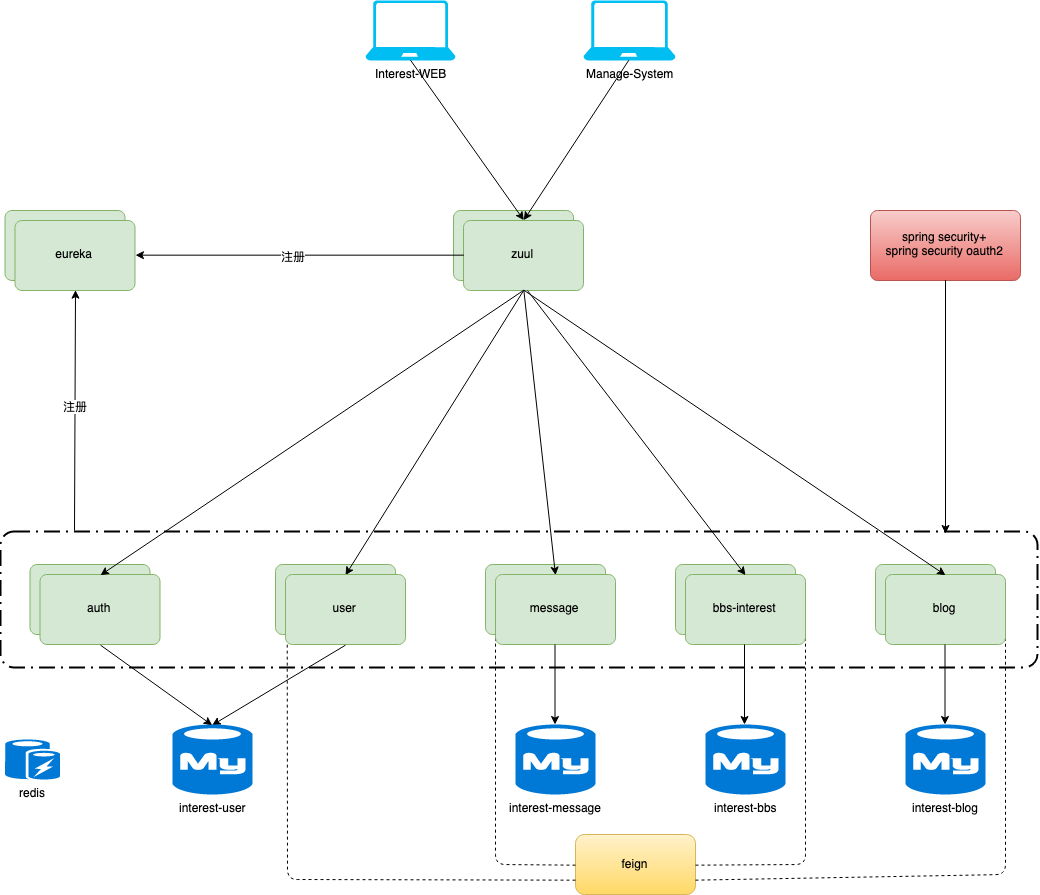
Earlier version of the draw.io export Untitled Diagram.png (smallsnail-wh/images). Source tidied: cells renumbered, new cells last; positions are measured from the earlier drawing's top-left corner, leaving out a move shared by most shapes. The source it was exported from:
```xml
<mxGraphModel>
  <root>
    <mxCell id="0" />
    <mxCell id="1" parent="0" />
    <mxCell id="2" value="user-and-auth" style="rounded=1;arcSize=10;strokeColor=#82b366;fillColor=#d5e8d4;" parent="1" vertex="1">
      <mxGeometry x="275" y="564" width="120" height="70" as="geometry" />
    </mxCell>
    <mxCell id="3" value="message" style="rounded=1;arcSize=10;strokeColor=#82b366;fillColor=#d5e8d4;" parent="1" vertex="1">
      <mxGeometry x="485" y="564" width="120" height="70" as="geometry" />
    </mxCell>
    <mxCell id="4" value="BBS-interest" style="rounded=1;arcSize=10;strokeColor=#82b366;fillColor=#d5e8d4;" parent="1" vertex="1">
      <mxGeometry x="675" y="564" width="120" height="70" as="geometry" />
    </mxCell>
    <mxCell id="5" value="blog" style="rounded=1;arcSize=10;strokeColor=#82b366;fillColor=#d5e8d4;" parent="1" vertex="1">
      <mxGeometry x="875" y="564" width="120" height="70" as="geometry" />
    </mxCell>
    <mxCell id="6" value="eureka" style="rounded=1;arcSize=10;strokeColor=#82b366;fillColor=#d5e8d4;" parent="1" vertex="1">
      <mxGeometry x="4.5" y="210" width="120" height="70" as="geometry" />
    </mxCell>
    <mxCell id="7" value="zuul" style="rounded=1;arcSize=10;strokeColor=#82b366;fillColor=#d5e8d4;" parent="1" vertex="1">
      <mxGeometry x="453" y="210" width="120" height="70" as="geometry" />
    </mxCell>
    <mxCell id="8" value="eureka" style="rounded=1;arcSize=10;strokeColor=#82b366;fillColor=#d5e8d4;" parent="1" vertex="1">
      <mxGeometry x="14.5" y="220" width="120" height="70" as="geometry" />
    </mxCell>
    <mxCell id="9" value="zuul" style="rounded=1;arcSize=10;strokeColor=#82b366;fillColor=#d5e8d4;" parent="1" vertex="1">
      <mxGeometry x="463" y="220" width="120" height="70" as="geometry" />
    </mxCell>
    <mxCell id="10" value="redis" style="shadow=0;dashed=0;html=1;strokeColor=none;fillColor=#0079D6;labelPosition=center;verticalLabelPosition=bottom;verticalAlign=top;align=center;shape=mxgraph.azure.azure_cache;" parent="1" vertex="1">
      <mxGeometry x="4.5" y="739" width="55" height="40" as="geometry" />
    </mxCell>
    <mxCell id="11" value="interest-message" style="shadow=0;dashed=0;html=1;strokeColor=none;fillColor=#0079D6;labelPosition=center;verticalLabelPosition=bottom;verticalAlign=top;align=center;shape=mxgraph.azure.mysql_database;" parent="1" vertex="1">
      <mxGeometry x="515" y="724" width="80" height="70" as="geometry" />
    </mxCell>
    <mxCell id="12" value="interest-bbs" style="shadow=0;dashed=0;html=1;strokeColor=none;fillColor=#0079D6;labelPosition=center;verticalLabelPosition=bottom;verticalAlign=top;align=center;shape=mxgraph.azure.mysql_database;" parent="1" vertex="1">
      <mxGeometry x="705" y="724" width="80" height="70" as="geometry" />
    </mxCell>
    <mxCell id="13" value="interest-blog" style="shadow=0;dashed=0;html=1;strokeColor=none;fillColor=#0079D6;labelPosition=center;verticalLabelPosition=bottom;verticalAlign=top;align=center;shape=mxgraph.azure.mysql_database;" parent="1" vertex="1">
      <mxGeometry x="905" y="724" width="80" height="70" as="geometry" />
    </mxCell>
    <mxCell id="14" value="feign" style="rounded=1;whiteSpace=wrap;html=1;gradientColor=#ffd966;fillColor=#fff2cc;strokeColor=#d6b656;" parent="1" vertex="1">
      <mxGeometry x="575" y="834" width="120" height="60" as="geometry" />
    </mxCell>
    <mxCell id="15" style="endArrow=none;dashed=1;html=1;entryX=0.017;entryY=0.386;entryDx=0;entryDy=0;exitX=0;exitY=0.75;exitDx=0;exitDy=0;entryPerimeter=0;" parent="1" edge="1" source="14" target="29">
      <mxGeometry relative="1" as="geometry">
        <Array as="points">
          <mxPoint x="287" y="879" />
        </Array>
      </mxGeometry>
    </mxCell>
    <mxCell id="16" style="endArrow=none;dashed=1;html=1;entryX=0;entryY=0.5;entryDx=0;entryDy=0;exitX=0;exitY=0.5;exitDx=0;exitDy=0;" parent="1" edge="1" source="14" target="30">
      <mxGeometry relative="1" as="geometry">
        <Array as="points">
          <mxPoint x="495" y="864" />
        </Array>
      </mxGeometry>
    </mxCell>
    <mxCell id="17" style="endArrow=none;dashed=1;html=1;entryX=1;entryY=0.5;entryDx=0;entryDy=0;exitX=1;exitY=0.5;exitDx=0;exitDy=0;" parent="1" edge="1" source="14" target="31">
      <mxGeometry relative="1" as="geometry">
        <Array as="points">
          <mxPoint x="805" y="864" />
        </Array>
      </mxGeometry>
    </mxCell>
    <mxCell id="18" style="endArrow=none;dashed=1;html=1;entryX=1;entryY=0.5;entryDx=0;entryDy=0;exitX=1;exitY=0.75;exitDx=0;exitDy=0;" parent="1" edge="1" source="14" target="32">
      <mxGeometry relative="1" as="geometry">
        <Array as="points">
          <mxPoint x="1005" y="874" />
        </Array>
      </mxGeometry>
    </mxCell>
    <mxCell id="19" value="Interest-WEB" style="verticalLabelPosition=bottom;html=1;verticalAlign=top;align=center;strokeColor=none;fillColor=#00BEF2;shape=mxgraph.azure.laptop;" parent="1" vertex="1">
      <mxGeometry x="365" width="90" height="60" as="geometry" />
    </mxCell>
    <mxCell id="20" value="Manage-System" style="verticalLabelPosition=bottom;html=1;verticalAlign=top;align=center;strokeColor=none;fillColor=#00BEF2;shape=mxgraph.azure.laptop;" parent="1" vertex="1">
      <mxGeometry x="583" width="92" height="60" as="geometry" />
    </mxCell>
    <mxCell id="21" style="endArrow=classic;html=1;exitX=0.5;exitY=1;exitDx=0;exitDy=0;exitPerimeter=0;entryX=0.5;entryY=0;entryDx=0;entryDy=0;" parent="1" edge="1" source="19" target="9">
      <mxGeometry relative="1" as="geometry" />
    </mxCell>
    <mxCell id="22" style="endArrow=classic;html=1;entryX=0.5;entryY=0;entryDx=0;entryDy=0;exitX=0.5;exitY=1;exitDx=0;exitDy=0;exitPerimeter=0;" parent="1" edge="1" source="20" target="9">
      <mxGeometry relative="1" as="geometry" />
    </mxCell>
    <mxCell id="23" style="endArrow=classic;html=1;entryX=0.5;entryY=1;entryDx=0;entryDy=0;" parent="1" edge="1" target="8">
      <mxGeometry relative="1" as="geometry">
        <mxPoint x="74" y="530" as="sourcePoint" />
      </mxGeometry>
    </mxCell>
    <mxCell id="24" value="注册" style="text;html=1;align=center;verticalAlign=middle;labelBackgroundColor=#ffffff;" parent="23" vertex="1">
      <mxGeometry x="0.04" relative="1" as="geometry" />
    </mxCell>
    <mxCell id="25" style="endArrow=classic;html=1;entryX=1;entryY=0.5;entryDx=0;entryDy=0;exitX=0;exitY=0.5;exitDx=0;exitDy=0;" parent="1" edge="1" source="9" target="8">
      <mxGeometry relative="1" as="geometry" />
    </mxCell>
    <mxCell id="26" value="注册" style="text;html=1;align=center;verticalAlign=middle;labelBackgroundColor=#ffffff;" parent="25" vertex="1">
      <mxGeometry x="0.04" relative="1" as="geometry" />
    </mxCell>
    <mxCell id="27" style="endArrow=classic;html=1;entryX=0.5;entryY=0;entryDx=0;entryDy=0;exitX=0.5;exitY=1;exitDx=0;exitDy=0;" parent="1" edge="1" source="9" target="29">
      <mxGeometry relative="1" as="geometry" />
    </mxCell>
    <mxCell id="28" style="endArrow=classic;html=1;entryX=0.5;entryY=0;entryDx=0;entryDy=0;exitX=0.5;exitY=1;exitDx=0;exitDy=0;" parent="1" edge="1" source="9" target="30">
      <mxGeometry relative="1" as="geometry" />
    </mxCell>
    <mxCell id="29" value="user" style="rounded=1;arcSize=10;strokeColor=#82b366;fillColor=#d5e8d4;" parent="1" vertex="1">
      <mxGeometry x="285" y="574" width="120" height="70" as="geometry" />
    </mxCell>
    <mxCell id="30" value="message" style="rounded=1;arcSize=10;strokeColor=#82b366;fillColor=#d5e8d4;" parent="1" vertex="1">
      <mxGeometry x="495" y="574" width="120" height="70" as="geometry" />
    </mxCell>
    <mxCell id="31" value="bbs-interest" style="rounded=1;arcSize=10;strokeColor=#82b366;fillColor=#d5e8d4;" parent="1" vertex="1">
      <mxGeometry x="685" y="574" width="120" height="70" as="geometry" />
    </mxCell>
    <mxCell id="32" value="blog" style="rounded=1;arcSize=10;strokeColor=#82b366;fillColor=#d5e8d4;" parent="1" vertex="1">
      <mxGeometry x="885" y="574" width="120" height="70" as="geometry" />
    </mxCell>
    <mxCell id="33" style="endArrow=classic;html=1;exitX=0.5;exitY=1;exitDx=0;exitDy=0;entryX=0.5;entryY=0;entryDx=0;entryDy=0;entryPerimeter=0;" parent="1" edge="1" source="29" target="38">
      <mxGeometry relative="1" as="geometry" />
    </mxCell>
    <mxCell id="34" style="endArrow=classic;html=1;exitX=0.5;exitY=1;exitDx=0;exitDy=0;entryX=0.5;entryY=0;entryDx=0;entryDy=0;entryPerimeter=0;" parent="1" edge="1">
      <mxGeometry relative="1" as="geometry">
        <mxPoint x="554.5" y="644" as="sourcePoint" />
        <mxPoint x="554.5" y="724" as="targetPoint" />
      </mxGeometry>
    </mxCell>
    <mxCell id="35" style="endArrow=classic;html=1;exitX=0.5;exitY=1;exitDx=0;exitDy=0;entryX=0.5;entryY=0;entryDx=0;entryDy=0;entryPerimeter=0;" parent="1" edge="1">
      <mxGeometry relative="1" as="geometry">
        <mxPoint x="744" y="644" as="sourcePoint" />
        <mxPoint x="744" y="724" as="targetPoint" />
      </mxGeometry>
    </mxCell>
    <mxCell id="36" style="endArrow=classic;html=1;exitX=0.5;exitY=1;exitDx=0;exitDy=0;entryX=0.5;entryY=0;entryDx=0;entryDy=0;entryPerimeter=0;" parent="1" edge="1">
      <mxGeometry relative="1" as="geometry">
        <mxPoint x="944.5" y="644" as="sourcePoint" />
        <mxPoint x="944.5" y="724" as="targetPoint" />
      </mxGeometry>
    </mxCell>
    <mxCell id="37" value="blog" style="rounded=1;arcSize=10;strokeColor=#82b366;fillColor=#d5e8d4;" parent="1" vertex="1">
      <mxGeometry x="29.5" y="564" width="120" height="70" as="geometry" />
    </mxCell>
    <mxCell id="38" value="interest-user" style="shadow=0;dashed=0;html=1;strokeColor=none;fillColor=#0079D6;labelPosition=center;verticalLabelPosition=bottom;verticalAlign=top;align=center;shape=mxgraph.azure.mysql_database;" parent="1" vertex="1">
      <mxGeometry x="172" y="724" width="80" height="70" as="geometry" />
    </mxCell>
    <mxCell id="39" value="auth" style="rounded=1;arcSize=10;strokeColor=#82b366;fillColor=#d5e8d4;" parent="1" vertex="1">
      <mxGeometry x="39.5" y="574" width="120" height="70" as="geometry" />
    </mxCell>
    <mxCell id="40" style="endArrow=classic;html=1;exitX=0.5;exitY=1;exitDx=0;exitDy=0;entryX=0.5;entryY=0;entryDx=0;entryDy=0;entryPerimeter=0;" parent="1" edge="1" source="39" target="38">
      <mxGeometry relative="1" as="geometry" />
    </mxCell>
    <mxCell id="41" style="endArrow=classic;html=1;entryX=0.5;entryY=0;entryDx=0;entryDy=0;exitX=0.5;exitY=1;exitDx=0;exitDy=0;" parent="1" edge="1" source="9" target="39">
      <mxGeometry relative="1" as="geometry" />
    </mxCell>
    <mxCell id="42" style="endArrow=classic;html=1;entryX=0.5;entryY=0;entryDx=0;entryDy=0;" parent="1" edge="1" target="31">
      <mxGeometry relative="1" as="geometry">
        <mxPoint x="527" y="290" as="sourcePoint" />
      </mxGeometry>
    </mxCell>
    <mxCell id="43" style="endArrow=classic;html=1;entryX=0.5;entryY=0;entryDx=0;entryDy=0;exitX=0.5;exitY=1;exitDx=0;exitDy=0;" parent="1" edge="1" source="9" target="32">
      <mxGeometry relative="1" as="geometry" />
    </mxCell>
    <mxCell id="44" style="rounded=1;arcSize=10;dashed=1;strokeColor=#000000;fillColor=none;gradientColor=none;dashPattern=8 3 1 3;strokeWidth=2;" parent="1" vertex="1">
      <mxGeometry y="531" width="1037" height="136" as="geometry" />
    </mxCell>
    <mxCell id="45" value="spring security+&#10;spring security oauth2" style="rounded=1;arcSize=10;strokeColor=#b85450;fillColor=#f8cecc;gradientColor=#ea6b66;" parent="1" vertex="1">
      <mxGeometry x="870" y="210" width="150" height="70" as="geometry" />
    </mxCell>
    <mxCell id="46" style="endArrow=classic;html=1;exitX=0.5;exitY=1;exitDx=0;exitDy=0;entryX=0.911;entryY=0.015;entryDx=0;entryDy=0;entryPerimeter=0;" parent="1" edge="1" source="45" target="44">
      <mxGeometry relative="1" as="geometry" />
    </mxCell>
  </root>
</mxGraphModel>
```
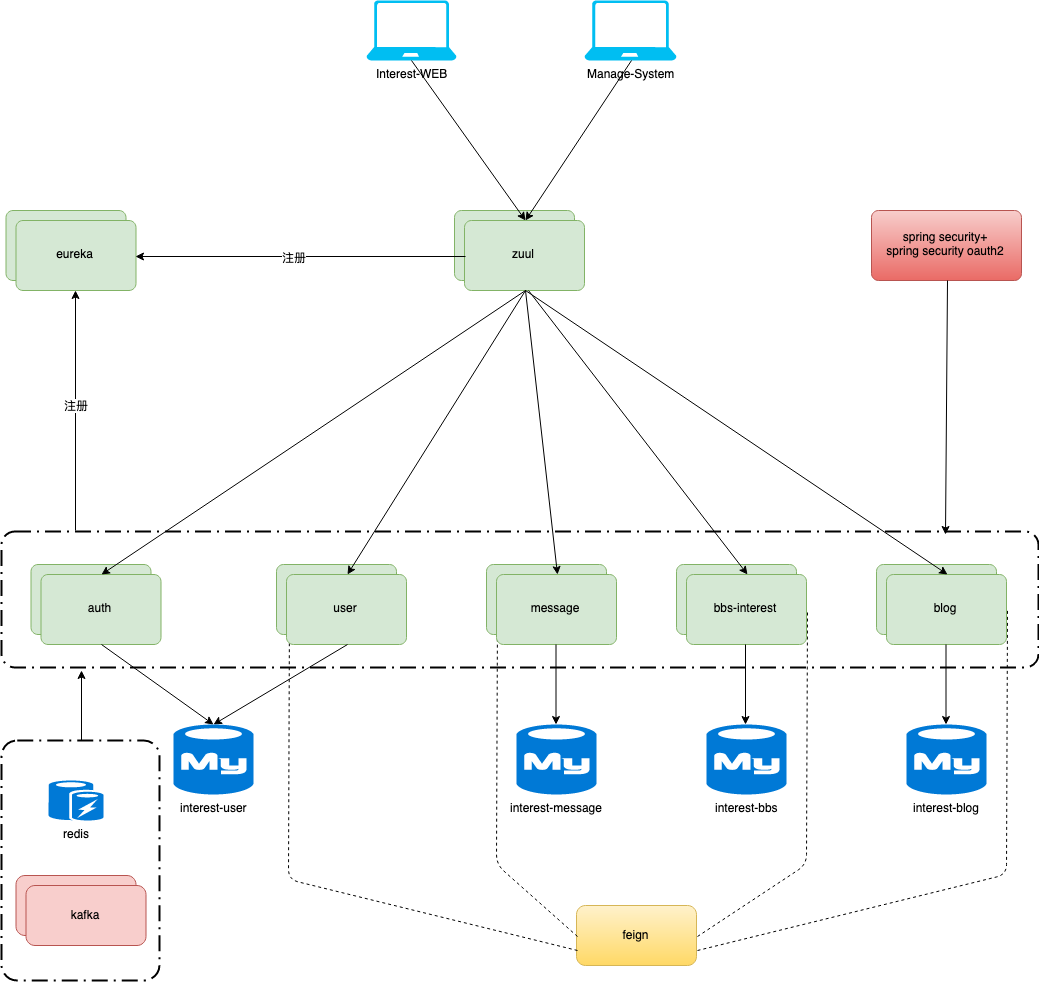
After the commit.

The edit, as a diff of the source:
```diff
@@ -27,7 +27,7 @@
       <mxGeometry x="463" y="220" width="120" height="70" as="geometry" />
     </mxCell>
     <mxCell id="10" value="redis" style="shadow=0;dashed=0;html=1;strokeColor=none;fillColor=#0079D6;labelPosition=center;verticalLabelPosition=bottom;verticalAlign=top;align=center;shape=mxgraph.azure.azure_cache;" parent="1" vertex="1">
-      <mxGeometry x="4.5" y="739" width="55" height="40" as="geometry" />
+      <mxGeometry x="47" y="780" width="55" height="40" as="geometry" />
     </mxCell>
     <mxCell id="11" value="interest-message" style="shadow=0;dashed=0;html=1;strokeColor=none;fillColor=#0079D6;labelPosition=center;verticalLabelPosition=bottom;verticalAlign=top;align=center;shape=mxgraph.azure.mysql_database;" parent="1" vertex="1">
       <mxGeometry x="515" y="724" width="80" height="70" as="geometry" />
@@ -39,7 +39,7 @@
       <mxGeometry x="905" y="724" width="80" height="70" as="geometry" />
     </mxCell>
     <mxCell id="14" value="feign" style="rounded=1;whiteSpace=wrap;html=1;gradientColor=#ffd966;fillColor=#fff2cc;strokeColor=#d6b656;" parent="1" vertex="1">
-      <mxGeometry x="575" y="834" width="120" height="60" as="geometry" />
+      <mxGeometry x="575" y="905" width="120" height="60" as="geometry" />
     </mxCell>
     <mxCell id="15" style="endArrow=none;dashed=1;html=1;entryX=0.017;entryY=0.386;entryDx=0;entryDy=0;exitX=0;exitY=0.75;exitDx=0;exitDy=0;entryPerimeter=0;" parent="1" edge="1" source="14" target="29">
       <mxGeometry relative="1" as="geometry">
@@ -166,5 +166,19 @@
     <mxCell id="46" style="endArrow=classic;html=1;exitX=0.5;exitY=1;exitDx=0;exitDy=0;entryX=0.911;entryY=0.015;entryDx=0;entryDy=0;entryPerimeter=0;" parent="1" edge="1" source="45" target="44">
       <mxGeometry relative="1" as="geometry" />
     </mxCell>
+    <mxCell id="47" value="kafka" style="rounded=1;whiteSpace=wrap;html=1;fillColor=#f8cecc;strokeColor=#b85450;" parent="1" vertex="1">
+      <mxGeometry x="14.5" y="875" width="120" height="60" as="geometry" />
+    </mxCell>
+    <mxCell id="48" style="rounded=1;arcSize=10;dashed=1;strokeColor=#000000;fillColor=none;gradientColor=none;dashPattern=8 3 1 3;strokeWidth=2;" parent="1" vertex="1">
+      <mxGeometry y="740" width="158" height="240" as="geometry" />
+    </mxCell>
+    <mxCell id="49" value="kafka" style="rounded=1;whiteSpace=wrap;html=1;fillColor=#f8cecc;strokeColor=#b85450;" parent="1" vertex="1">
+      <mxGeometry x="24.5" y="885" width="120" height="60" as="geometry" />
+    </mxCell>
+    <mxCell id="50" style="endArrow=classic;html=1;exitX=0.5;exitY=0;exitDx=0;exitDy=0;" parent="1" edge="1" source="48">
+      <mxGeometry relative="1" as="geometry">
+        <mxPoint x="80" y="670" as="targetPoint" />
+      </mxGeometry>
+    </mxCell>
   </root>
 </mxGraphModel>
```
